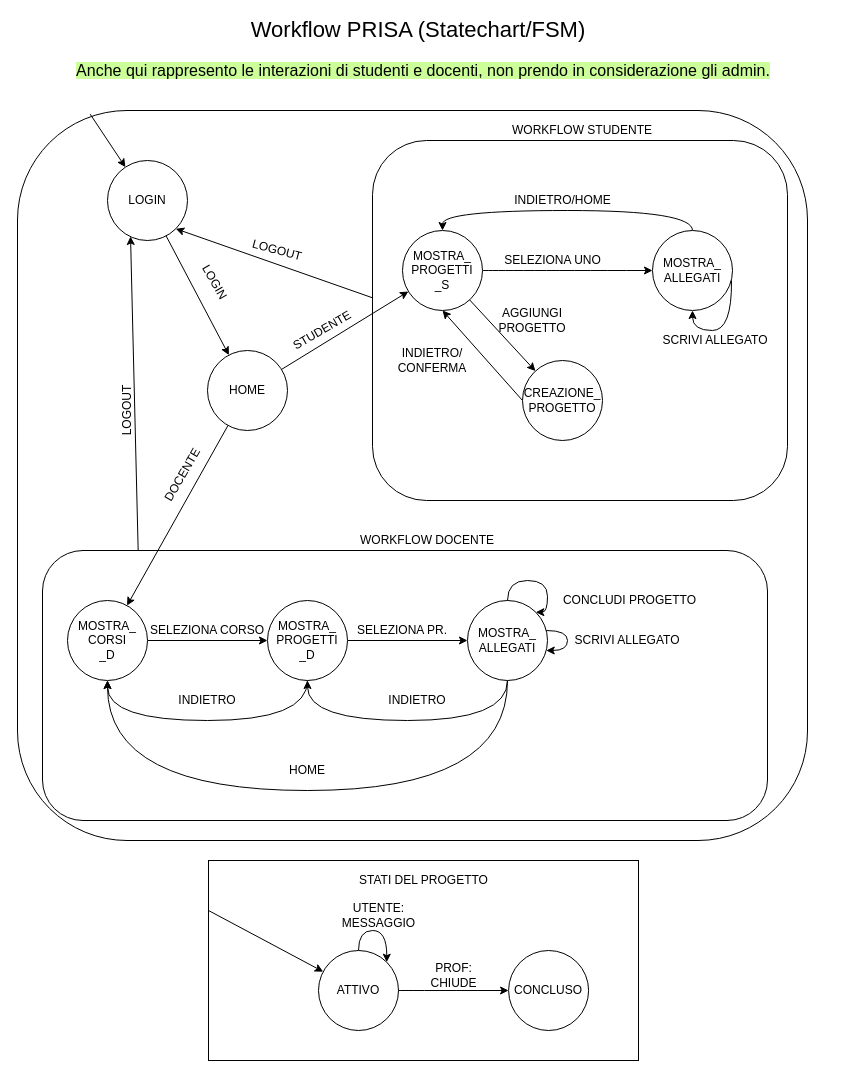
This is page "MODELLO_SC_FSM" (3 of 5) of prisa_eer.drawio from Cippo95/prisa, a draw.io file, before an edit. Source tidied: cells renumbered, new cells numbered last; positions are measured from the earlier drawing's top-left corner, leaving out a move shared by most shapes. Both pictures are drawn from the tidied source at 100%, with x=0, y=0 at pixel (17, 20).
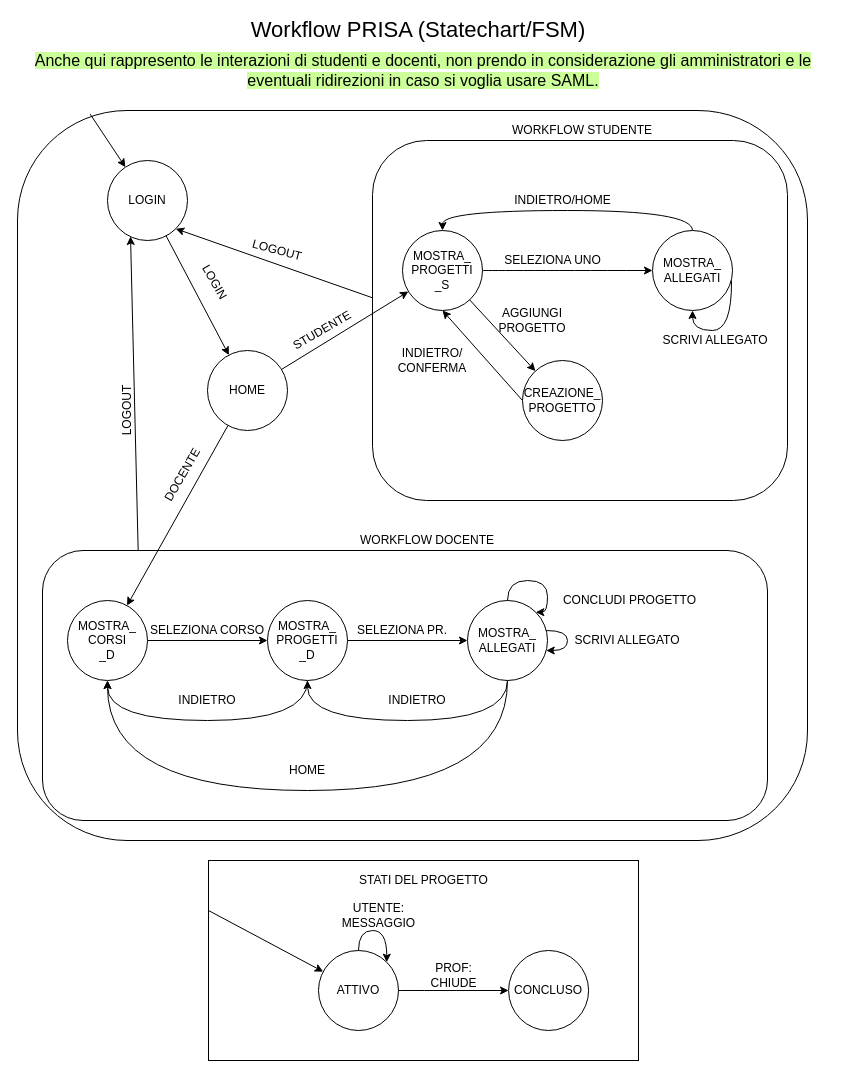
The same diagram, later.

Diff of the diagram source:
```diff
@@
-    <mxCell id="59" value="&lt;span style=&quot;background-color: rgb(204 , 255 , 153)&quot;&gt;Anche qui rappresento le interazioni di studenti e docenti, non prendo in considerazione gli admin.&lt;/span&gt;" style="text;html=1;strokeColor=none;fillColor=none;align=center;verticalAlign=middle;whiteSpace=wrap;rounded=0;labelBackgroundColor=none;fontSize=16;" parent="1" vertex="1">
+    <mxCell id="59" value="&lt;span style=&quot;background-color: rgb(204 , 255 , 153)&quot;&gt;Anche qui rappresento le interazioni di studenti e docenti, non prendo in considerazione gli amministratori e le eventuali ridirezioni in caso si voglia usare SAML.&lt;/span&gt;" style="text;html=1;strokeColor=none;fillColor=none;align=center;verticalAlign=middle;whiteSpace=wrap;rounded=0;labelBackgroundColor=none;fontSize=16;" parent="1" vertex="1">
       <mxGeometry x="6" y="30" width="800" height="40" as="geometry" />
     </mxCell>
```
